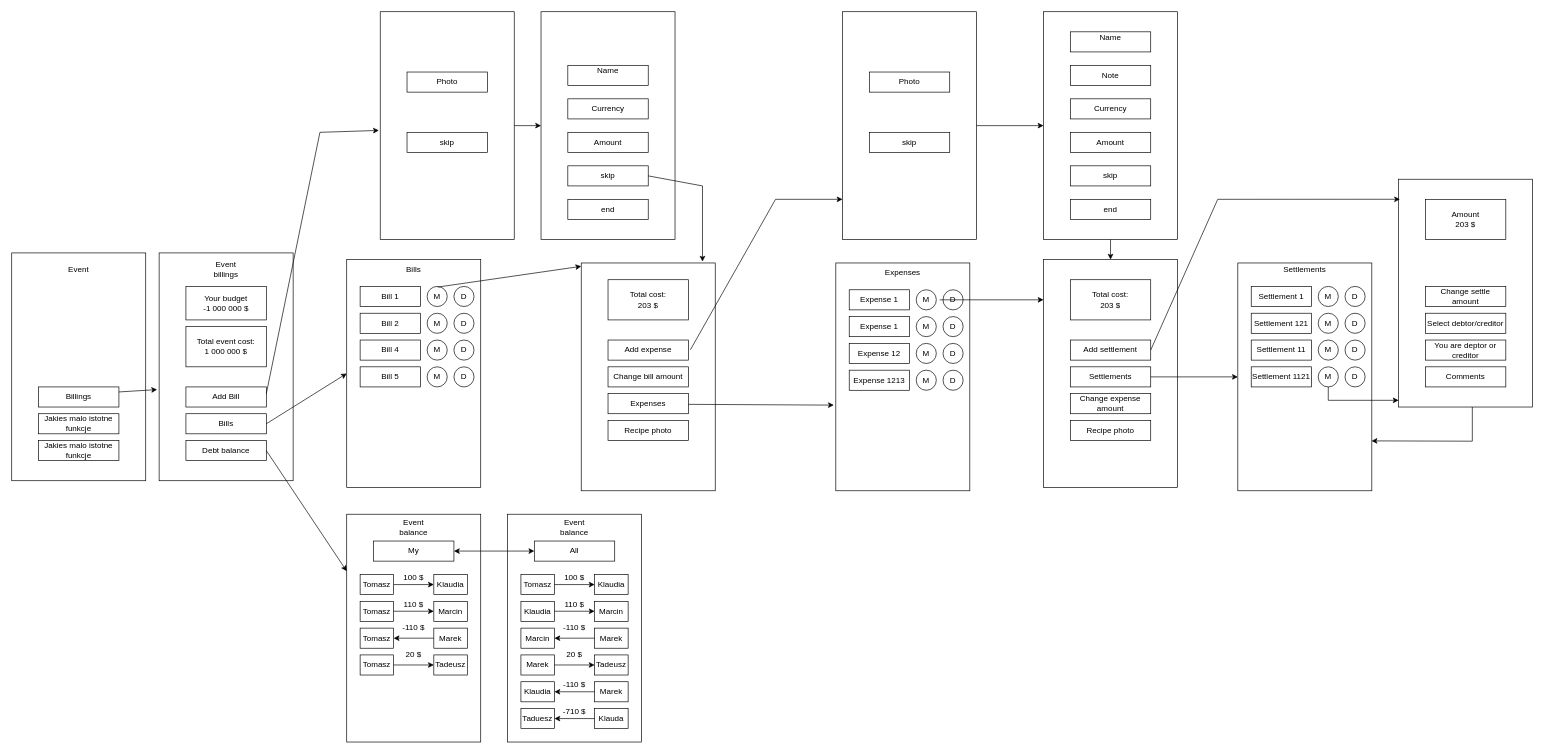
This is Billings.drawio from Tomasz98Zukowski/TripBudgetApp, a draw.io file, before an edit. Source tidied: cells renumbered, new cells numbered last; positions are measured from the earlier drawing's top-left corner, leaving out a move shared by most shapes. Both pictures are drawn from the tidied source at 67%, with x=0, y=0 at pixel (11, 11).
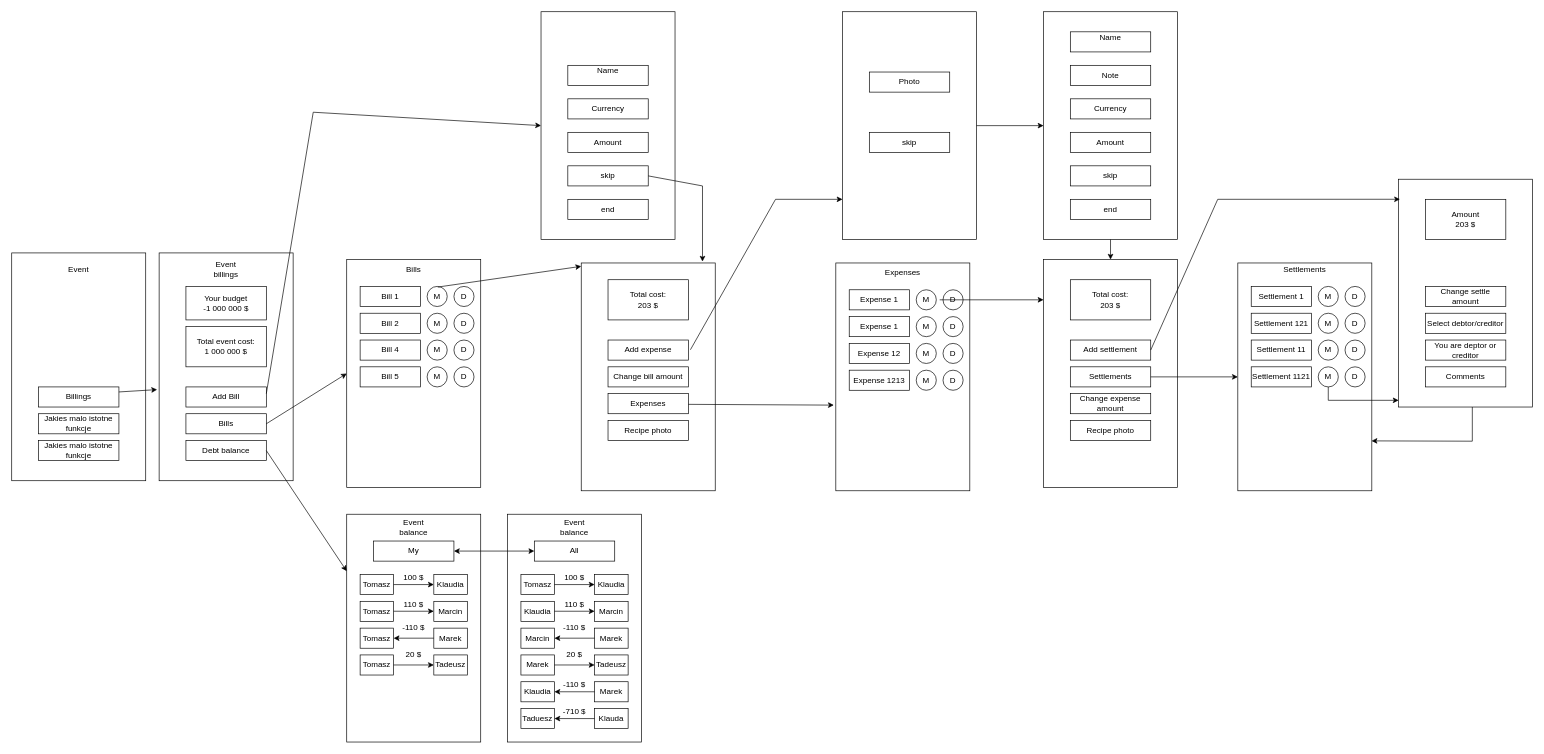
The same diagram, later.

The change refers to these unchanged cells:
```xml
<mxCell id="5" style="rounded=0;whiteSpace=wrap;html=1;" parent="1" vertex="1">
  <mxGeometry x="790" width="200" height="340" as="geometry" />
</mxCell>
```

Change to the diagram source:
```diff
@@
-    <mxCell id="63" style="endArrow=classic;html=1;rounded=0;entryX=-0.01;entryY=0.521;entryDx=0;entryDy=0;entryPerimeter=0;" parent="1" edge="1" target="118">
+    <mxCell id="63" style="endArrow=classic;html=1;rounded=0;entryX=0;entryY=0.5;entryDx=0;entryDy=0;" parent="1" edge="1" target="5">
       <mxGeometry relative="1" as="geometry">
         <mxPoint x="380" y="570" as="sourcePoint" />
         <Array as="points">
-          <mxPoint x="460" y="180" />
+          <mxPoint x="450" y="150" />
         </Array>
       </mxGeometry>
     </mxCell>
@@
-    <mxCell id="118" style="rounded=0;whiteSpace=wrap;html=1;" parent="1" vertex="1">
-      <mxGeometry x="550" width="200" height="340" as="geometry" />
-    </mxCell>
-    <mxCell id="119" value="&lt;div&gt;Photo&lt;/div&gt;" style="rounded=0;whiteSpace=wrap;html=1;" parent="1" vertex="1">
-      <mxGeometry x="590" y="90" width="120" height="30" as="geometry" />
-    </mxCell>
-    <mxCell id="120" value="&lt;div&gt;skip&lt;/div&gt;" style="rounded=0;whiteSpace=wrap;html=1;" parent="1" vertex="1">
-      <mxGeometry x="590" y="180" width="120" height="30" as="geometry" />
-    </mxCell>
@@
-    <mxCell id="123" style="endArrow=classic;html=1;rounded=0;exitX=1;exitY=0.5;exitDx=0;exitDy=0;entryX=0;entryY=0.5;entryDx=0;entryDy=0;" parent="1" edge="1" source="118" target="5">
-      <mxGeometry relative="1" as="geometry" />
-    </mxCell>
```
